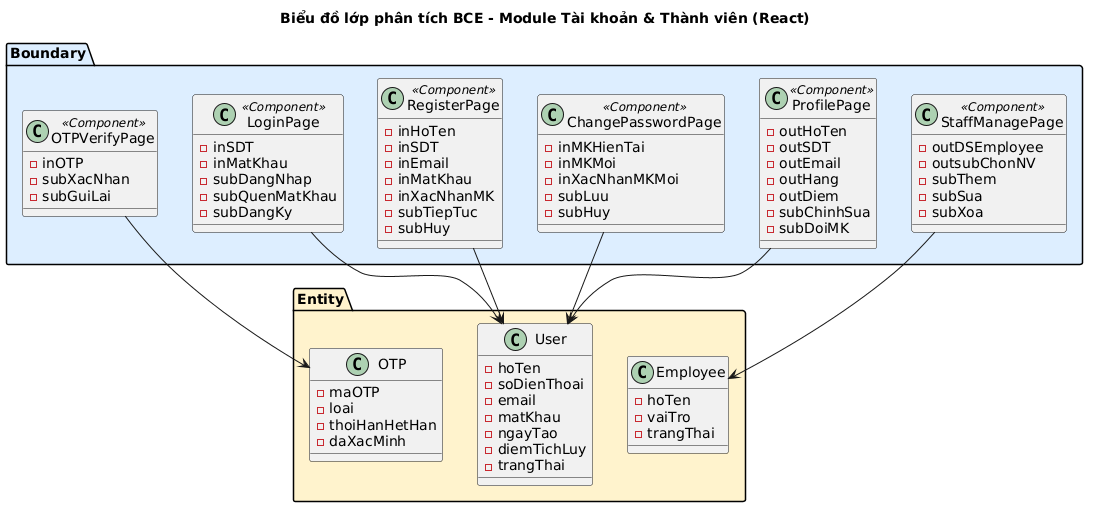
The PlantUML diagram output/diagrams/account_bce_analysis.png in thanhtrnnn/cnpm, before a commit.
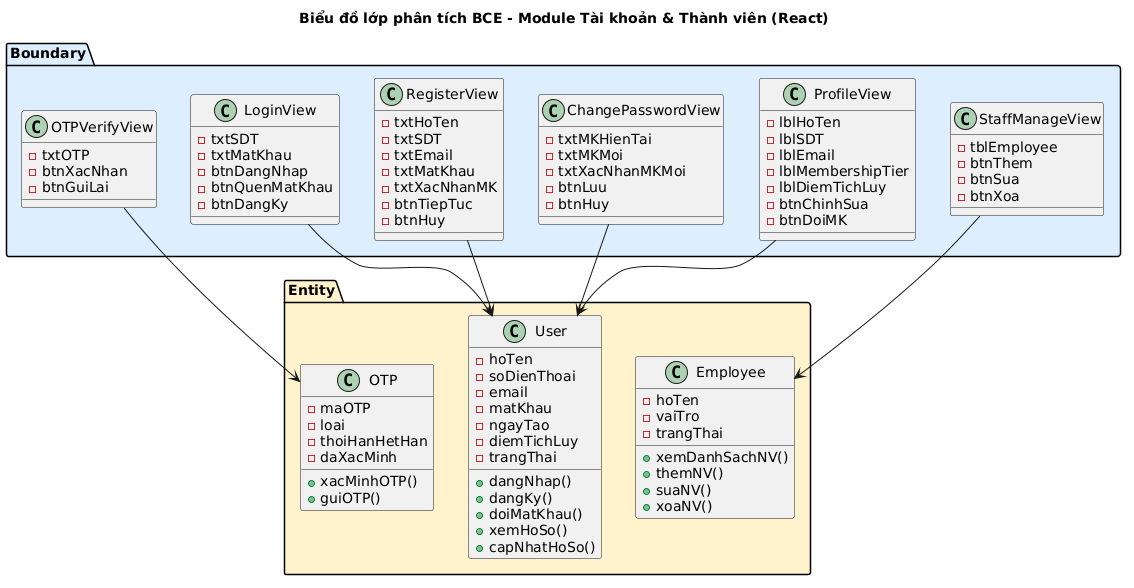
After the commit.

Commit message:
fix: analysis phase — View suffix, no Controller, methods on Entity

Diff of the diagram source:
```diff
@@ -2,49 +2,48 @@
 title Biểu đồ lớp phân tích BCE - Module Tài khoản & Thành viên (React)
 
 package "Boundary" #DDEEFF {
-  class LoginPage <<Component>> {
-    -inSDT
-    -inMatKhau
-    -subDangNhap
-    -subQuenMatKhau
-    -subDangKy
+  class LoginView {
+    -txtSDT
+    -txtMatKhau
+    -btnDangNhap
+    -btnQuenMatKhau
+    -btnDangKy
   }
-  class RegisterPage <<Component>> {
-    -inHoTen
-    -inSDT
-    -inEmail
-    -inMatKhau
-    -inXacNhanMK
-    -subTiepTuc
-    -subHuy
+  class RegisterView {
+    -txtHoTen
+    -txtSDT
+    -txtEmail
+    -txtMatKhau
+    -txtXacNhanMK
+    -btnTiepTuc
+    -btnHuy
   }
-  class OTPVerifyPage <<Component>> {
-    -inOTP
-    -subXacNhan
-    -subGuiLai
+  class OTPVerifyView {
+    -txtOTP
+    -btnXacNhan
+    -btnGuiLai
   }
-  class ChangePasswordPage <<Component>> {
-    -inMKHienTai
-    -inMKMoi
-    -inXacNhanMKMoi
-    -subLuu
-    -subHuy
+  class ChangePasswordView {
+    -txtMKHienTai
+    -txtMKMoi
+    -txtXacNhanMKMoi
+    -btnLuu
+    -btnHuy
   }
-  class ProfilePage <<Component>> {
-    -outHoTen
-    -outSDT
-    -outEmail
-    -outHang
-    -outDiem
-    -subChinhSua
-    -subDoiMK
+  class ProfileView {
+    -lblHoTen
+    -lblSDT
+    -lblEmail
+    -lblMembershipTier
+    -lblDiemTichLuy
+    -btnChinhSua
+    -btnDoiMK
   }
-  class StaffManagePage <<Component>> {
-    -outDSEmployee
-    -outsubChonNV
-    -subThem
-    -subSua
-    -subXoa
+  class StaffManageView {
+    -tblEmployee
+    -btnThem
+    -btnSua
+    -btnXoa
   }
 }
 
@@ -57,24 +56,35 @@
     -ngayTao
     -diemTichLuy
     -trangThai
+    +dangNhap()
+    +dangKy()
+    +doiMatKhau()
+    +xemHoSo()
+    +capNhatHoSo()
   }
   class OTP {
     -maOTP
     -loai
     -thoiHanHetHan
     -daXacMinh
+    +xacMinhOTP()
+    +guiOTP()
   }
   class Employee {
     -hoTen
     -vaiTro
     -trangThai
+    +xemDanhSachNV()
+    +themNV()
+    +suaNV()
+    +xoaNV()
   }
 }
 
-LoginPage --> User
-RegisterPage --> User
-OTPVerifyPage --> OTP
-ChangePasswordPage --> User
-ProfilePage --> User
-StaffManagePage --> Employee
+LoginView --> User
+RegisterView --> User
+OTPVerifyView --> OTP
+ChangePasswordView --> User
+ProfileView --> User
+StaffManageView --> Employee
 @enduml
```
